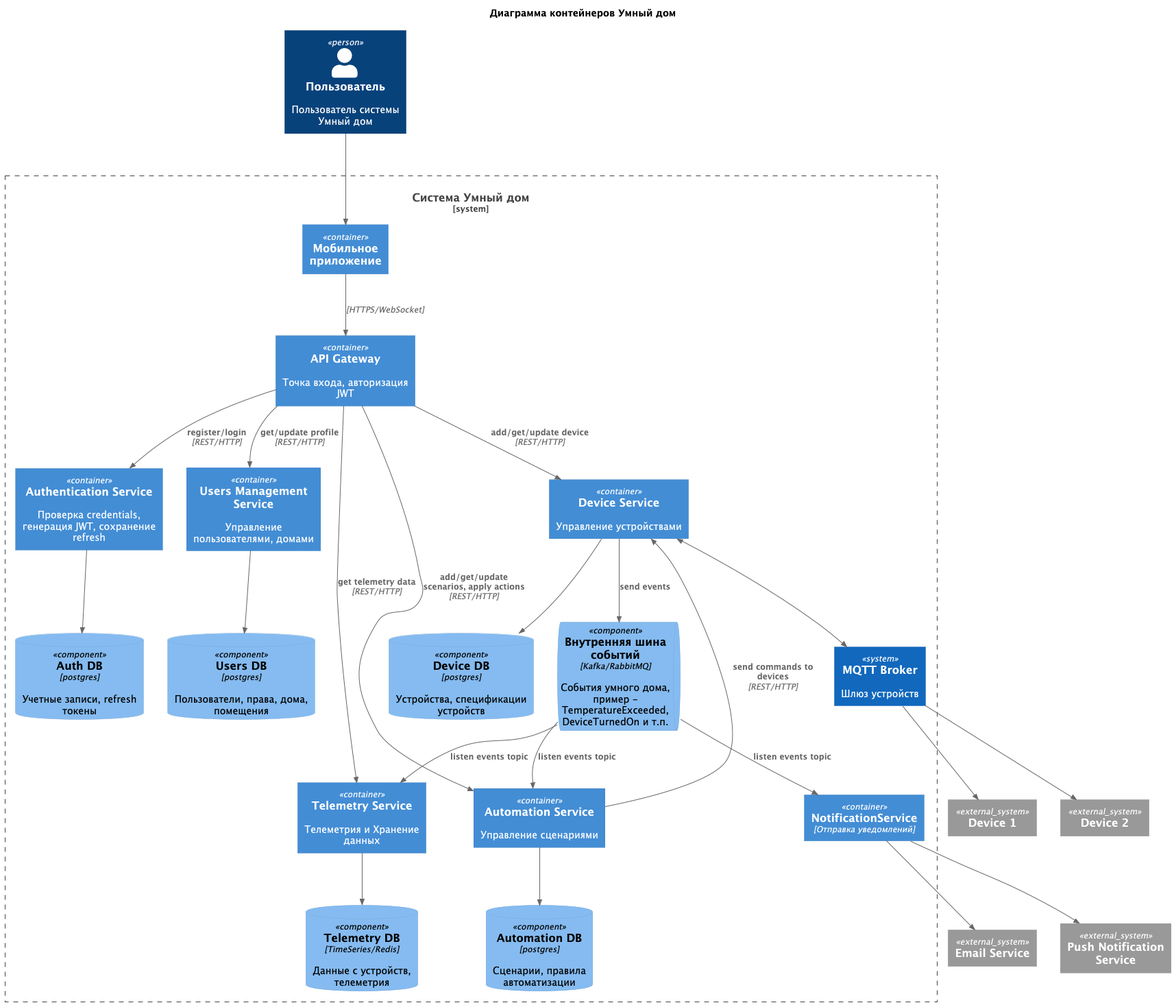
This is schemas/с4/images/smarthome_Conteiners-___.png from afakhrieva/architecture-pro-warmhouse, a PlantUML export, as it was before one commit.
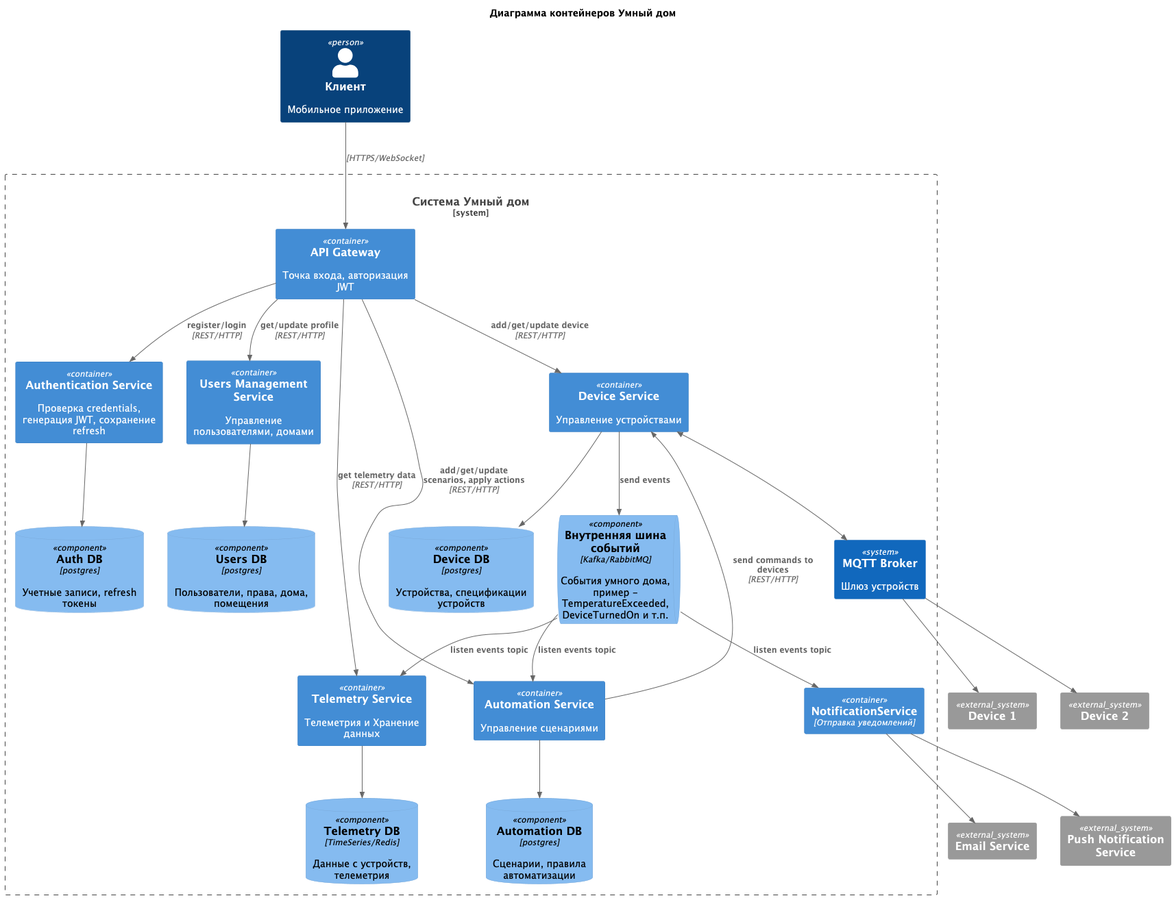
Later version of the same file.

Commit message:
Задание 2. Диаграмма компонентов API Gateway

Diff of the diagram source:
```diff
@@ -4,12 +4,19 @@
 
 top to bottom direction
 
-!includeurl https://raw.githubusercontent.com/RicardoNiepel/C4-PlantUML/master/C4_Component.puml
+!include <C4/C4_Component>
+!include <C4/C4_Context>
+!include <C4/C4_Container>
 
-Person(user, "Пользователь", "Пользователь системы Умный дом")
+Person(user, "Клиент", "Мобильное приложение")
+
+System_Ext(EmailService, "Email Service")
+System_Ext(PushService, "Push Notification Service")
+
+System_Ext(Device1, "Device 1", "", "")
+System_Ext(Device2, "Device 2", "", "")
 
 System_Boundary(SmartHome, "Система Умный дом") {
-    Container(MobileApp, "Мобильное приложение")
     Container(ApiGateway, "API Gateway", "", "Точка входа, авторизация JWT", )
 
     Container(AuthService, "Authentication Service", "", "Проверка credentials, генерация JWT, сохранение refresh")
@@ -32,43 +39,36 @@
     ComponentQueue(EventBus, "Внутренняя шина событий", "Kafka/RabbitMQ", "События умного дома, пример - TemperatureExceeded, DeviceTurnedOn и т.п.")
 
     System(MQTT, "MQTT Broker", "Шлюз устройств")
+
+    Rel(user, ApiGateway, " ", "HTTPS/WebSocket")
+
+    Rel(ApiGateway, AuthService, "register/login", "REST/HTTP")
+    Rel(AuthService, AuthDB, " ")
+
+    Rel(ApiGateway, UserService, "get/update profile", "REST/HTTP")
+    Rel(UserService, UsersDB, " ")
+
+    Rel(ApiGateway, DeviceService, "add/get/update device", "REST/HTTP")
+    Rel(DeviceService, DeviceDB, " ")
+
+    Rel(ApiGateway, TelemetryService, "get telemetry data", "REST/HTTP")
+    Rel(TelemetryService, TelemetryDB, " ")
+
+    Rel(ApiGateway, AutomationService, "add/get/update scenarios, apply actions", "REST/HTTP")
+    Rel(AutomationService, AutomationDB, " ")
+    Rel(AutomationService, DeviceService, "send commands to devices", "REST/HTTP")
+
+    Rel(DeviceService, EventBus, "send events")
+    Rel(EventBus, TelemetryService, "listen events topic")
+    Rel(EventBus, AutomationService, "listen events topic")
+    Rel(EventBus, NotificationService, "listen events topic")
+
+    Rel(NotificationService, EmailService, " ")
+    Rel(NotificationService, PushService, " ")
+
+    BiRel(DeviceService, MQTT, " ")
 }
 
-System_Ext(EmailService, "Email Service")
-System_Ext(PushService, "Push Notification Service")
-
-System_Ext(Device1, "Device 1", "", "")
-System_Ext(Device2, "Device 2", "", "")
-
-
-Rel(user, MobileApp, " ")
-Rel(MobileApp, ApiGateway, " ", "HTTPS/WebSocket")
-
-Rel(ApiGateway, AuthService, "register/login", "REST/HTTP")
-Rel(AuthService, AuthDB, " ")
-
-Rel(ApiGateway, UserService, "get/update profile", "REST/HTTP")
-Rel(UserService, UsersDB, " ")
-
-Rel(ApiGateway, DeviceService, "add/get/update device", "REST/HTTP")
-Rel(DeviceService, DeviceDB, " ")
-
-Rel(ApiGateway, TelemetryService, "get telemetry data", "REST/HTTP")
-Rel(TelemetryService, TelemetryDB, " ")
-
-Rel(ApiGateway, AutomationService, "add/get/update scenarios, apply actions", "REST/HTTP")
-Rel(AutomationService, AutomationDB, " ")
-Rel(AutomationService, DeviceService, "send commands to devices", "REST/HTTP")
-
-Rel(DeviceService, EventBus, "send events")
-Rel(EventBus, TelemetryService, "listen events topic")
-Rel(EventBus, AutomationService, "listen events topic")
-Rel(EventBus, NotificationService, "listen events topic")
-
-Rel(NotificationService, EmailService, " ")
-Rel(NotificationService, PushService, " ")
-
-BiRel(DeviceService, MQTT, " ")
 Rel(MQTT, Device1, " ")
 Rel(MQTT, Device2, " ")
 
```
